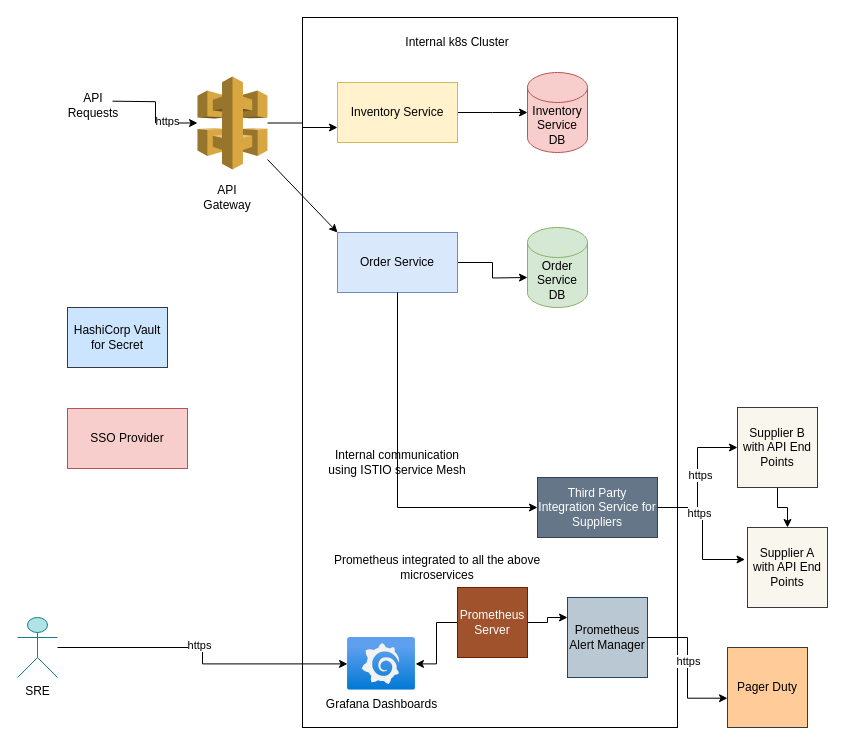
The draw.io diagram architecture-diagram_.drawio in abdulrabkhan01/garage-parts-management, before the edit. Source tidied: cells renumbered, new cells numbered last; positions are measured from the earlier drawing's top-left corner, leaving out a move shared by most shapes. Both pictures are drawn from the tidied source at 100%, with x=0, y=0 at pixel (17, 17).
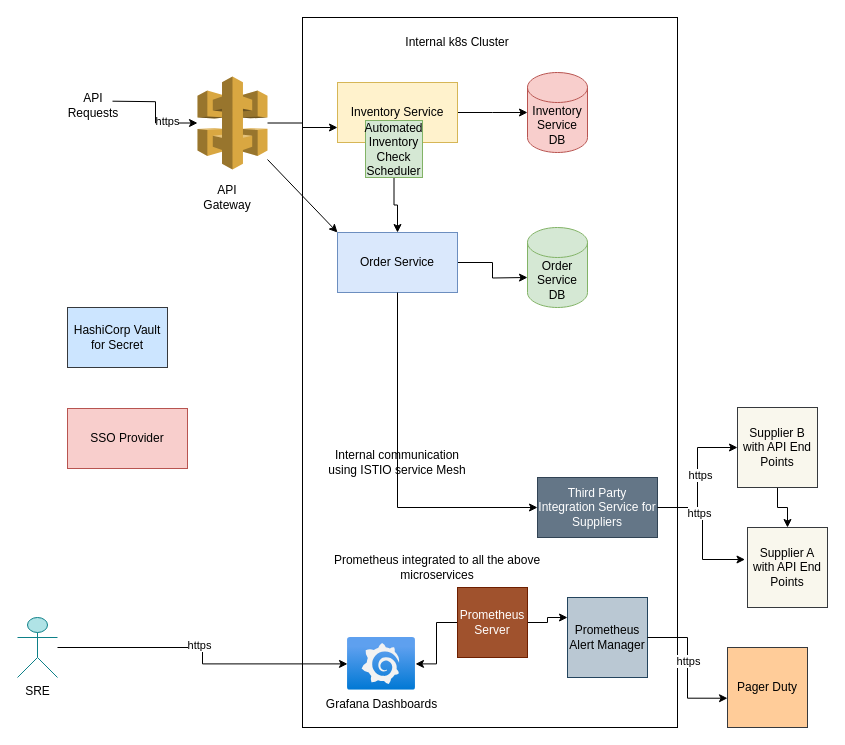
Above is the later version.

Unchanged cells that the change refers to:
```xml
<mxCell id="12" value="Order Service" style="rounded=0;whiteSpace=wrap;html=1;fillColor=#dae8fc;strokeColor=#6c8ebf;" parent="1" vertex="1">
  <mxGeometry x="320" y="215" width="120" height="60" as="geometry" />
</mxCell>
```

The edit, as a diff of the source:
```diff
@@
+    <mxCell id="41" style="edgeStyle=orthogonalEdgeStyle;rounded=0;jettySize=auto;html=1;" parent="1" edge="1" source="42" target="12">
+      <mxGeometry relative="1" as="geometry" />
+    </mxCell>
+    <mxCell id="42" value="Automated Inventory Check Scheduler" style="whiteSpace=wrap;html=1;fillColor=#d5e8d4;strokeColor=#82b366;" parent="1" vertex="1">
+      <mxGeometry x="348" y="103" width="57" height="57" as="geometry" />
+    </mxCell>
```
